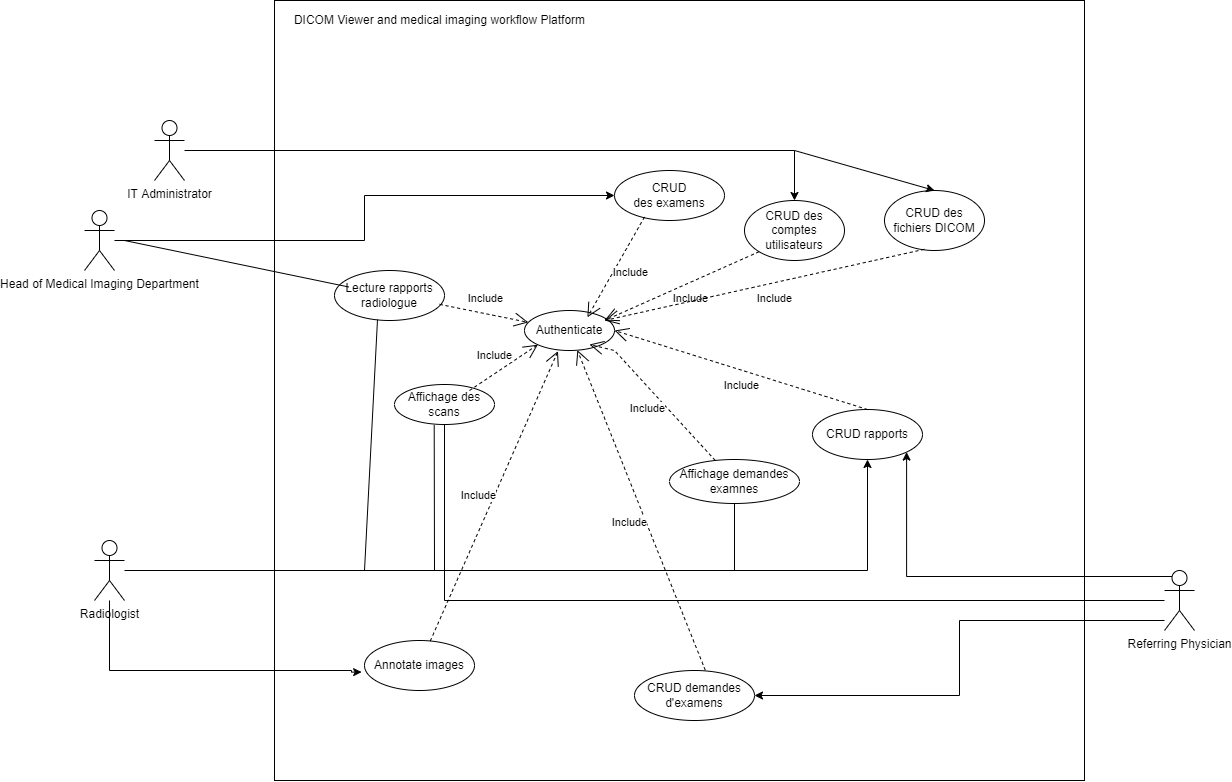
mehdilagdimi/RICOM- keeps this draw.io diagram as Conception/Use case UML RICOM.png. Above is the earlier version. Source tidied: cells renumbered, new cells last; positions are measured from the earlier drawing's top-left corner, leaving out a move shared by most shapes.
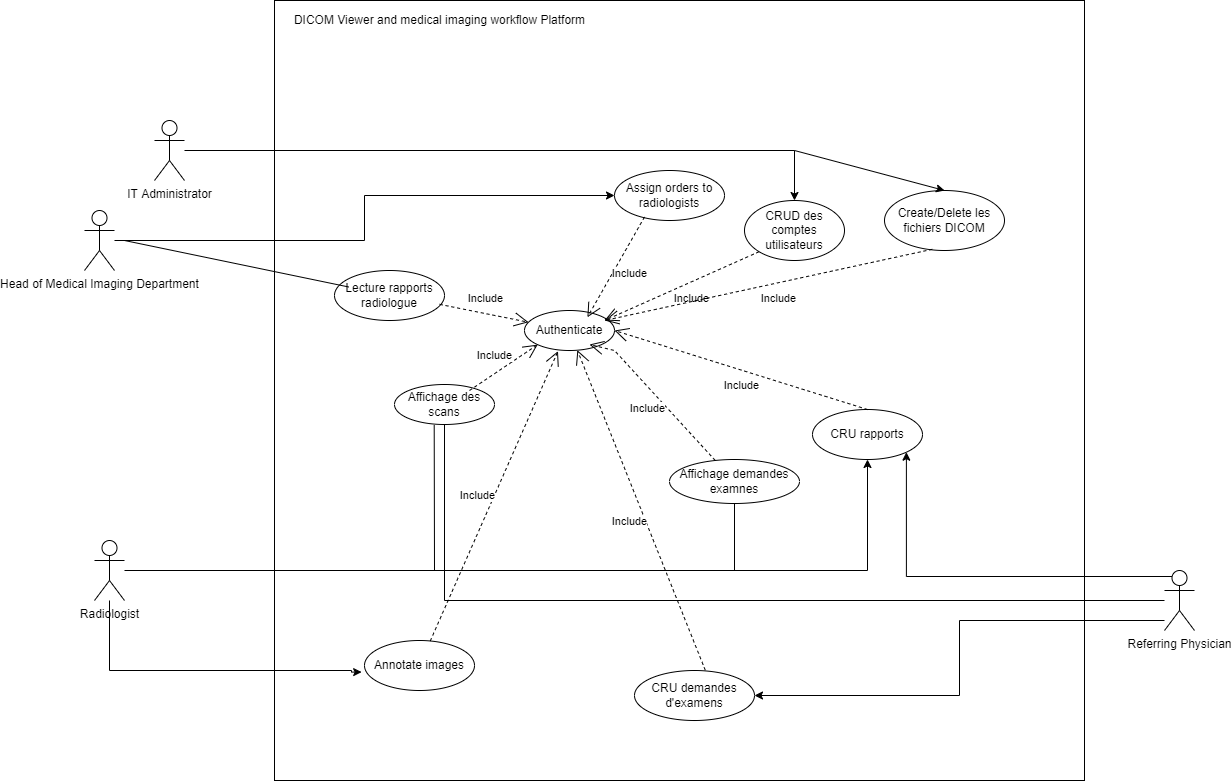
The same file after the commit.

The edit, as a diff of the source:
```diff
@@ -57,10 +57,10 @@
     <mxCell id="16" value="Lecture rapports radiologue" style="ellipse;whiteSpace=wrap;html=1;align=center;" parent="1" vertex="1">
       <mxGeometry x="250" y="270" width="110" height="50" as="geometry" />
     </mxCell>
-    <mxCell id="17" value="CRUD rapports" style="ellipse;whiteSpace=wrap;html=1;align=center;" parent="1" vertex="1">
+    <mxCell id="17" value="CRU rapports" style="ellipse;whiteSpace=wrap;html=1;align=center;" parent="1" vertex="1">
       <mxGeometry x="728" y="409" width="110" height="50" as="geometry" />
     </mxCell>
-    <mxCell id="18" value="CRUD&lt;br&gt;des examens" style="ellipse;whiteSpace=wrap;html=1;align=center;" parent="1" vertex="1">
+    <mxCell id="18" value="Assign orders to radiologists" style="ellipse;whiteSpace=wrap;html=1;align=center;" parent="1" vertex="1">
       <mxGeometry x="530" y="170" width="110" height="50" as="geometry" />
     </mxCell>
     <mxCell id="19" value="Affichage des scans" style="ellipse;whiteSpace=wrap;html=1;align=center;" parent="1" vertex="1">
@@ -81,12 +81,7 @@
         <mxPoint x="40" y="240" as="sourcePoint" />
       </mxGeometry>
     </mxCell>
-    <mxCell id="23" style="endArrow=none;html=1;rounded=0;entryX=0.391;entryY=0.98;entryDx=0;entryDy=0;entryPerimeter=0;" parent="1" edge="1" target="16">
-      <mxGeometry relative="1" as="geometry">
-        <mxPoint x="280" y="570" as="sourcePoint" />
-      </mxGeometry>
-    </mxCell>
-    <mxCell id="24" value="CRUD demandes d'examens" style="ellipse;whiteSpace=wrap;html=1;align=center;" parent="1" vertex="1">
+    <mxCell id="24" value="CRU demandes d'examens" style="ellipse;whiteSpace=wrap;html=1;align=center;" parent="1" vertex="1">
       <mxGeometry x="550" y="670" width="120" height="50" as="geometry" />
     </mxCell>
     <mxCell id="25" value="Include" style="endArrow=open;endSize=12;dashed=1;html=1;rounded=0;exitX=0;exitY=1;exitDx=0;exitDy=0;" parent="1" edge="1" source="9">
@@ -116,8 +111,8 @@
     <mxCell id="31" value="Annotate images" style="ellipse;whiteSpace=wrap;html=1;align=center;" parent="1" vertex="1">
       <mxGeometry x="280" y="640" width="110" height="50" as="geometry" />
     </mxCell>
-    <mxCell id="32" value="CRUD des fichiers DICOM" style="ellipse;whiteSpace=wrap;html=1;align=center;" parent="1" vertex="1">
-      <mxGeometry x="800" y="190" width="100" height="60" as="geometry" />
+    <mxCell id="32" value="Create/Delete les fichiers DICOM" style="ellipse;whiteSpace=wrap;html=1;align=center;" parent="1" vertex="1">
+      <mxGeometry x="800" y="190" width="120" height="60" as="geometry" />
     </mxCell>
     <mxCell id="33" style="endArrow=classic;html=1;rounded=0;entryX=0.5;entryY=0;entryDx=0;entryDy=0;" parent="1" edge="1" target="32">
       <mxGeometry relative="1" as="geometry">
```
